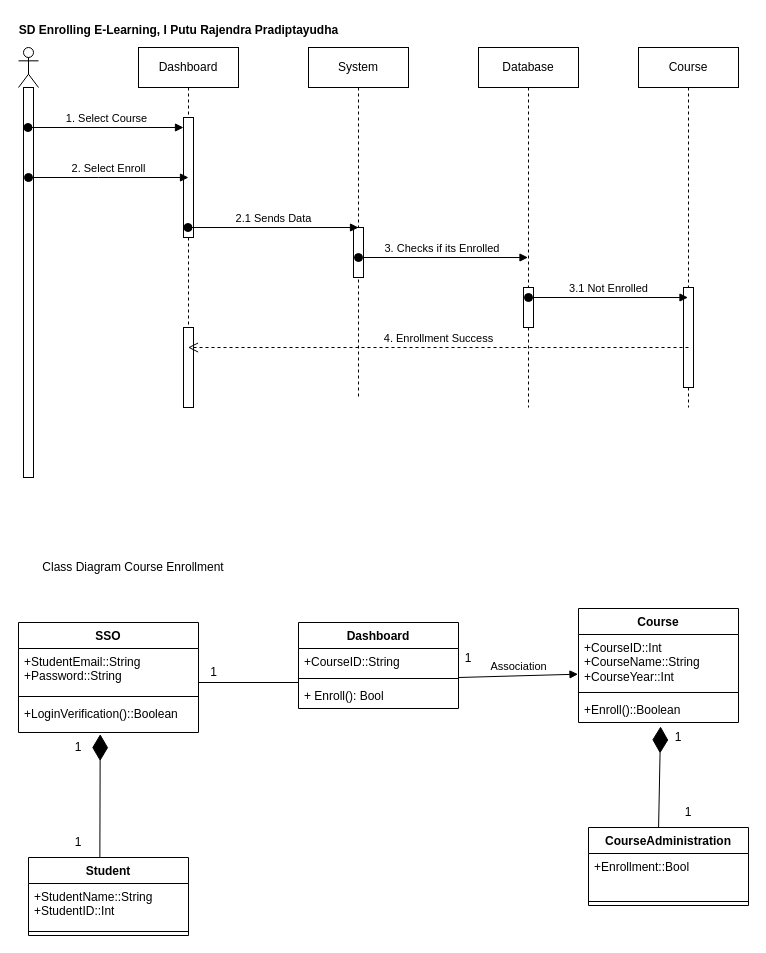
Above: Testificate.drawio in ADmex1/Design-Structure (draw.io), before the change. Source tidied: cells renumbered, new cells numbered last; positions are measured from the earlier drawing's top-left corner, leaving out a move shared by most shapes. Both pictures are drawn from the tidied source at 100%, with x=0, y=0 at pixel (18, 17).
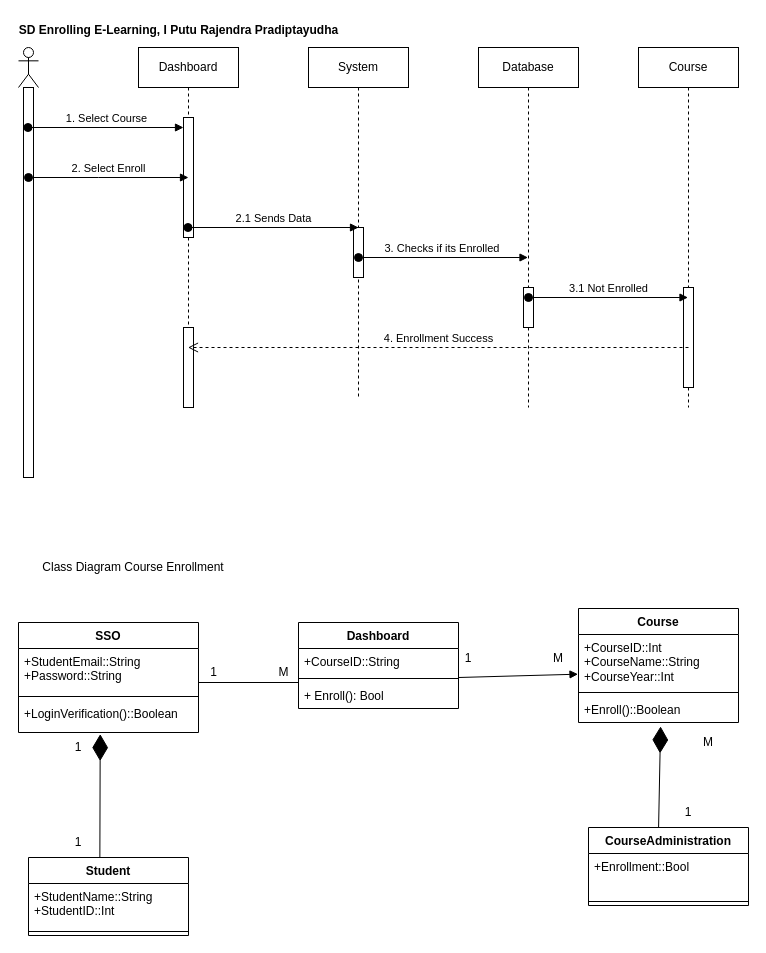
The same page after the edit.

Unchanged cells that the change refers to:
```xml
<mxCell id="37" value="+CourseID::Int&lt;div&gt;+CourseName::String&lt;br&gt;+CourseYear::Int&lt;/div&gt;" style="text;strokeColor=none;fillColor=none;align=left;verticalAlign=top;spacingLeft=4;spacingRight=4;overflow=hidden;points=[[0,0.5],[1,0.5]];portConstraint=eastwest;whiteSpace=wrap;html=1;" parent="36" vertex="1">
  <mxGeometry y="26" width="160" height="54" as="geometry" />
</mxCell>
```

What changed in the source:
```diff
@@
-    <mxCell id="42" value="1" style="text;html=1;align=center;verticalAlign=middle;whiteSpace=wrap;rounded=0;" parent="1" vertex="1">
-      <mxGeometry x="630" y="705" width="60" height="30" as="geometry" />
+    <mxCell id="42" value="M" style="text;html=1;align=center;verticalAlign=middle;whiteSpace=wrap;rounded=0;" parent="1" vertex="1">
+      <mxGeometry x="510" y="626" width="60" height="30" as="geometry" />
     </mxCell>
@@
-    <mxCell id="48" value="Association" style="html=1;verticalAlign=bottom;endArrow=block;curved=0;rounded=0;entryX=-0.003;entryY=0.735;entryDx=0;entryDy=0;entryPerimeter=0;" parent="1" edge="1" target="37">
+    <mxCell id="48" style="html=1;verticalAlign=bottom;endArrow=block;curved=0;rounded=0;entryX=-0.003;entryY=0.735;entryDx=0;entryDy=0;entryPerimeter=0;" parent="1" edge="1" target="37">
       <mxGeometry relative="1" as="geometry">
         <mxPoint x="440" y="660" as="sourcePoint" />
       </mxGeometry>
     </mxCell>
+    <mxCell id="49" value="M" style="text;html=1;align=center;verticalAlign=middle;whiteSpace=wrap;rounded=0;" parent="1" vertex="1">
+      <mxGeometry x="660" y="710" width="60" height="30" as="geometry" />
+    </mxCell>
+    <mxCell id="50" value="M" style="text;html=1;align=center;verticalAlign=middle;strokeColor=none;fillColor=none;" parent="1" vertex="1">
+      <mxGeometry x="250" y="640" width="30" height="30" as="geometry" />
+    </mxCell>
```
